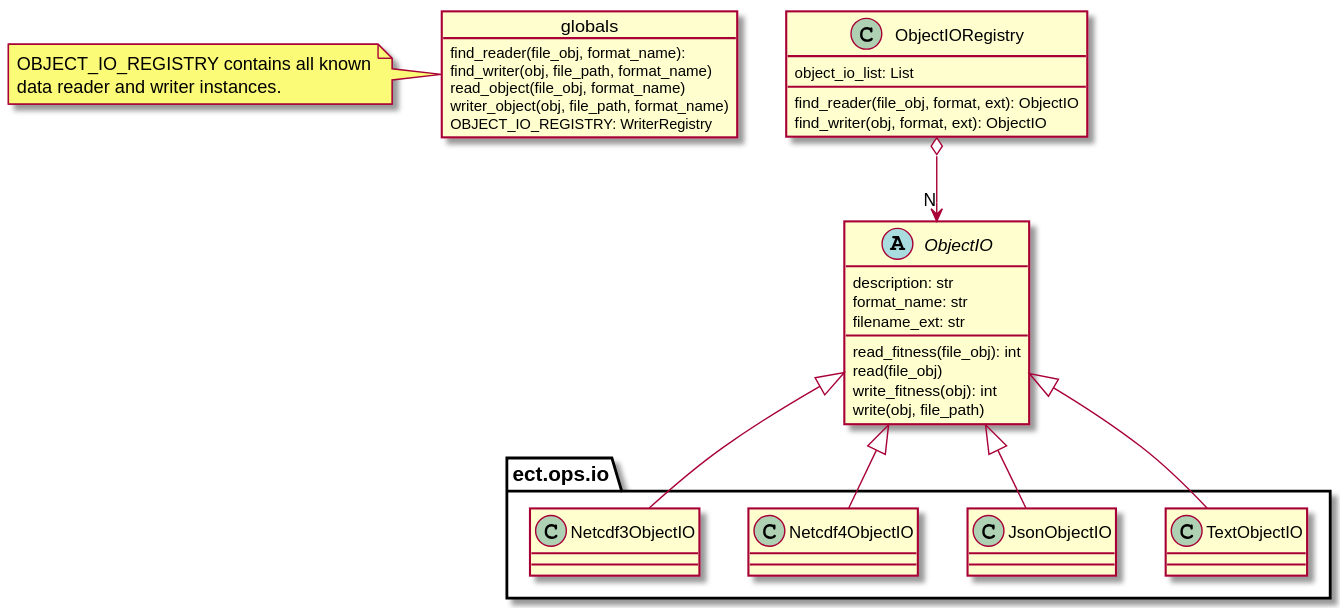
Before: doc/source/_static/uml/objectio.svg, a diagram exported from PlantUML (CCI-Tools/cate). Its source is kept beside it as doc/source/uml/objectio.puml.
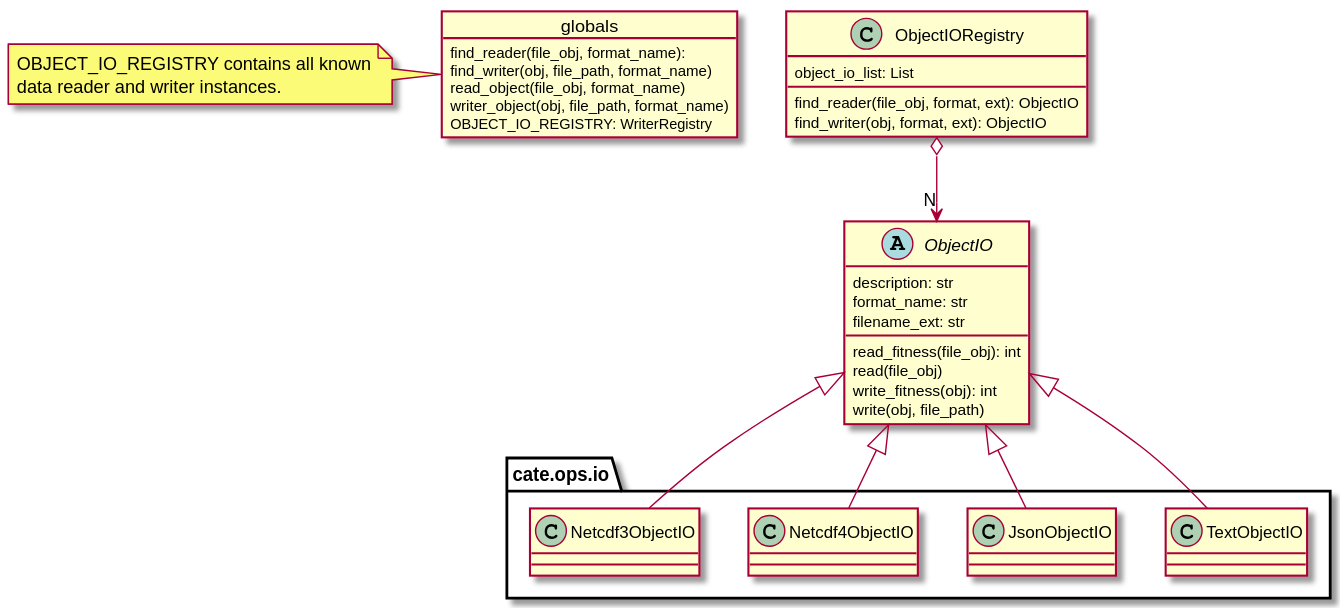
After the commit.

The edit, as a diff of the source:
```diff
@@ -32,16 +32,16 @@
     write(obj, file_path)
 }
 
-class ect.ops.io.TextObjectIO extends ObjectIO {
+class cate.ops.io.TextObjectIO extends ObjectIO {
 }
 
-class ect.ops.io.JsonObjectIO extends ObjectIO {
+class cate.ops.io.JsonObjectIO extends ObjectIO {
 }
 
-class ect.ops.io.Netcdf4ObjectIO extends ObjectIO {
+class cate.ops.io.Netcdf4ObjectIO extends ObjectIO {
 }
 
-class ect.ops.io.Netcdf3ObjectIO extends ObjectIO {
+class cate.ops.io.Netcdf3ObjectIO extends ObjectIO {
 }
 
 
```
